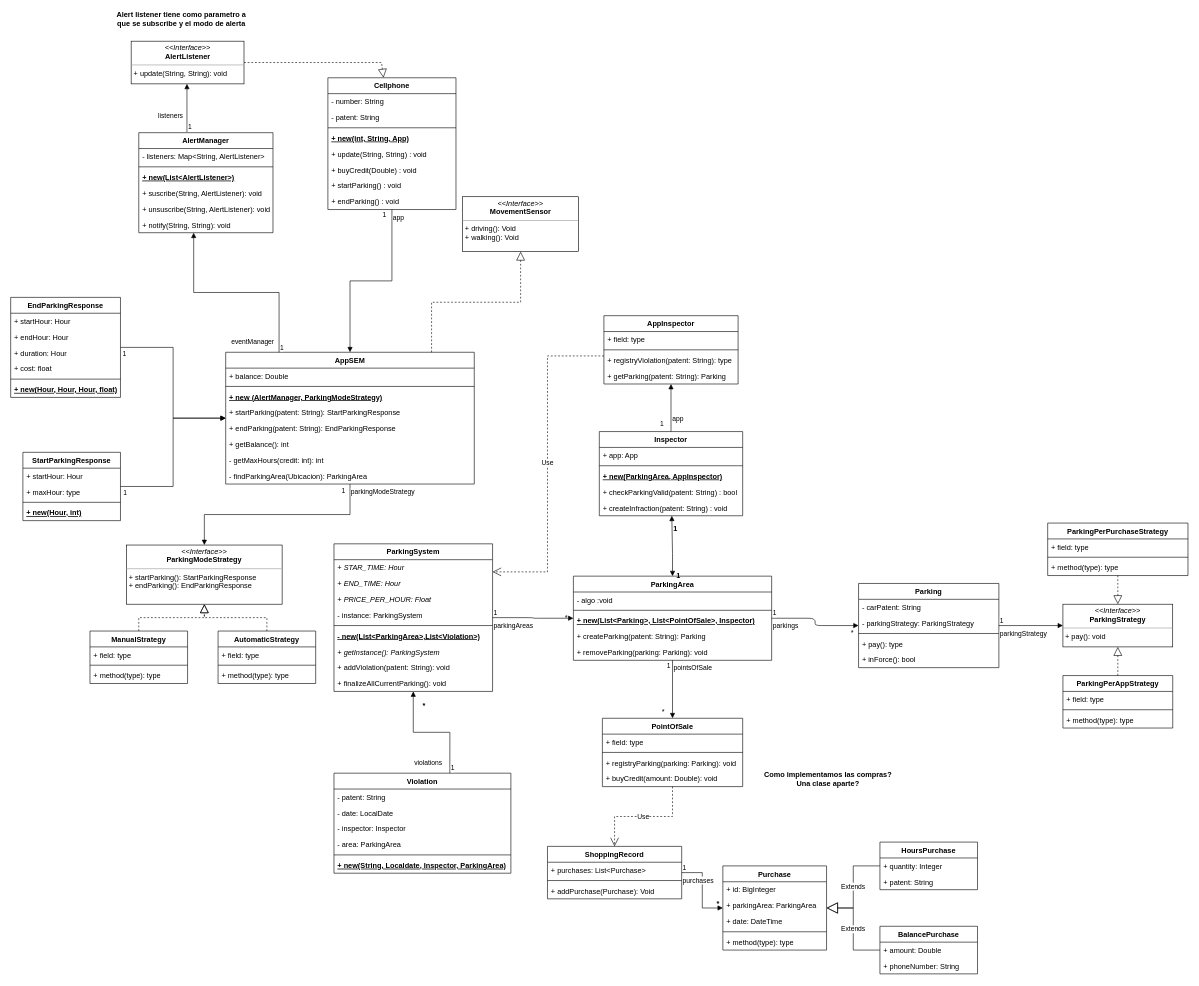
Earlier version of the draw.io diagram tp-final.drawio (ramirez7358/tp-final-obj-2). Source tidied: cells renumbered, new cells numbered last; positions are measured from the earlier drawing's top-left corner, leaving out a move shared by most shapes. Both pictures are drawn from the tidied source at 61%, with x=0, y=0 at pixel (10, 10).
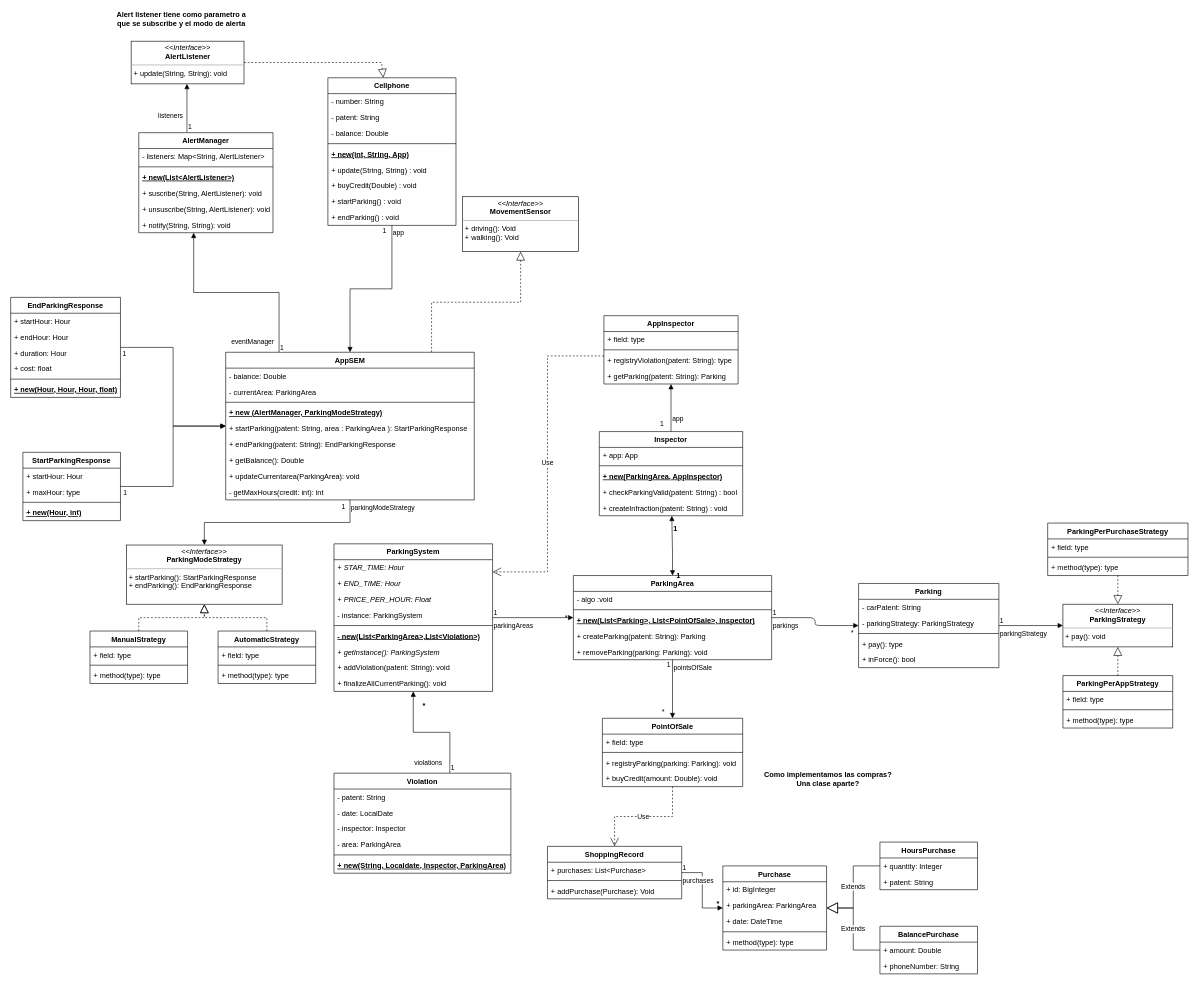
The same diagram, later.

The edit, as a diff of the source:
```diff
@@
     <mxCell id="12" value="ParkingArea" style="swimlane;fontStyle=1;align=center;verticalAlign=top;horizontal=1;startSize=26;" parent="1" vertex="1">
-      <mxGeometry x="922.5" y="927" width="325" height="138" as="geometry" />
+      <mxGeometry x="922.5" y="926" width="325" height="138" as="geometry" />
     </mxCell>
@@
     <mxCell id="49" value="AppSEM" style="swimlane;fontStyle=1;align=center;verticalAlign=top;horizontal=1;startSize=26;" parent="1" vertex="1">
-      <mxGeometry x="352.5" y="560" width="407.5" height="216" as="geometry" />
+      <mxGeometry x="352.5" y="560" width="407.5" height="242" as="geometry" />
     </mxCell>
-    <mxCell id="50" value="+ balance: Double" style="text;strokeColor=none;fillColor=none;align=left;verticalAlign=top;spacingLeft=4;spacingRight=4;overflow=hidden;" parent="49" vertex="1">
+    <mxCell id="50" value="- balance: Double" style="text;strokeColor=none;fillColor=none;align=left;verticalAlign=top;spacingLeft=4;spacingRight=4;overflow=hidden;" parent="49" vertex="1">
       <mxGeometry y="26" width="407.5" height="26" as="geometry" />
     </mxCell>
+    <mxCell id="166" value="- currentArea: ParkingArea" style="text;strokeColor=none;fillColor=none;align=left;verticalAlign=top;spacingLeft=4;spacingRight=4;overflow=hidden;" parent="49" vertex="1">
+      <mxGeometry y="52" width="407.5" height="26" as="geometry" />
+    </mxCell>
     <mxCell id="51" style="line;strokeWidth=1;fillColor=none;align=left;verticalAlign=middle;spacingTop=-1;spacingLeft=3;spacingRight=3;labelPosition=right;" parent="49" vertex="1">
-      <mxGeometry y="52" width="407.5" height="8" as="geometry" />
+      <mxGeometry y="78" width="407.5" height="8" as="geometry" />
     </mxCell>
     <mxCell id="52" value="+ new (AlertManager, ParkingModeStrategy)" style="text;strokeColor=none;fillColor=none;align=left;verticalAlign=top;spacingLeft=4;spacingRight=4;overflow=hidden;fontStyle=5;" parent="49" vertex="1">
-      <mxGeometry y="60" width="407.5" height="26" as="geometry" />
+      <mxGeometry y="86" width="407.5" height="26" as="geometry" />
     </mxCell>
-    <mxCell id="53" value="+ startParking(patent: String): StartParkingResponse" style="text;strokeColor=none;fillColor=none;align=left;verticalAlign=top;spacingLeft=4;spacingRight=4;overflow=hidden;" parent="49" vertex="1">
-      <mxGeometry y="86" width="407.5" height="26" as="geometry" />
+    <mxCell id="53" value="+ startParking(patent: String, area : ParkingArea ): StartParkingResponse" style="text;strokeColor=none;fillColor=none;align=left;verticalAlign=top;spacingLeft=4;spacingRight=4;overflow=hidden;" parent="49" vertex="1">
+      <mxGeometry y="112" width="407.5" height="26" as="geometry" />
     </mxCell>
     <mxCell id="54" value="+ endParking(patent: String): EndParkingResponse" style="text;strokeColor=none;fillColor=none;align=left;verticalAlign=top;spacingLeft=4;spacingRight=4;overflow=hidden;" parent="49" vertex="1">
-      <mxGeometry y="112" width="407.5" height="26" as="geometry" />
+      <mxGeometry y="138" width="407.5" height="26" as="geometry" />
     </mxCell>
-    <mxCell id="55" value="+ getBalance(): int" style="text;strokeColor=none;fillColor=none;align=left;verticalAlign=top;spacingLeft=4;spacingRight=4;overflow=hidden;" parent="49" vertex="1">
-      <mxGeometry y="138" width="407.5" height="26" as="geometry" />
+    <mxCell id="55" value="+ getBalance(): Double" style="text;strokeColor=none;fillColor=none;align=left;verticalAlign=top;spacingLeft=4;spacingRight=4;overflow=hidden;" parent="49" vertex="1">
+      <mxGeometry y="164" width="407.5" height="26" as="geometry" />
     </mxCell>
+    <mxCell id="167" value="+ updateCurrentarea(ParkingArea): void" style="text;strokeColor=none;fillColor=none;align=left;verticalAlign=top;spacingLeft=4;spacingRight=4;overflow=hidden;" parent="49" vertex="1">
+      <mxGeometry y="190" width="407.5" height="26" as="geometry" />
+    </mxCell>
     <mxCell id="56" value="- getMaxHours(credit: int): int" style="text;strokeColor=none;fillColor=none;align=left;verticalAlign=top;spacingLeft=4;spacingRight=4;overflow=hidden;" parent="49" vertex="1">
-      <mxGeometry y="164" width="407.5" height="26" as="geometry" />
+      <mxGeometry y="216" width="407.5" height="26" as="geometry" />
     </mxCell>
-    <mxCell id="57" value="- findParkingArea(Ubicacion): ParkingArea" style="text;strokeColor=none;fillColor=none;align=left;verticalAlign=top;spacingLeft=4;spacingRight=4;overflow=hidden;" parent="49" vertex="1">
-      <mxGeometry y="190" width="407.5" height="26" as="geometry" />
-    </mxCell>
@@
     <mxCell id="88" value="Cellphone" style="swimlane;fontStyle=1;align=center;verticalAlign=top;horizontal=1;startSize=26;" parent="1" vertex="1">
-      <mxGeometry x="520" y="110" width="210" height="216" as="geometry" />
+      <mxGeometry x="520" y="110" width="210" height="242" as="geometry" />
     </mxCell>
@@
+    <mxCell id="168" value="- balance: Double" style="text;strokeColor=none;fillColor=none;align=left;verticalAlign=top;spacingLeft=4;spacingRight=4;overflow=hidden;" parent="88" vertex="1">
+      <mxGeometry y="78" width="210" height="26" as="geometry" />
+    </mxCell>
     <mxCell id="91" style="line;strokeWidth=1;fillColor=none;align=left;verticalAlign=middle;spacingTop=-1;spacingLeft=3;spacingRight=3;labelPosition=right;" parent="88" vertex="1">
-      <mxGeometry y="78" width="210" height="8" as="geometry" />
+      <mxGeometry y="104" width="210" height="8" as="geometry" />
     </mxCell>
     <mxCell id="92" value="+ new(int, String, App)" style="text;strokeColor=none;fillColor=none;align=left;verticalAlign=top;spacingLeft=4;spacingRight=4;overflow=hidden;fontStyle=5;" parent="88" vertex="1">
-      <mxGeometry y="86" width="210" height="26" as="geometry" />
+      <mxGeometry y="112" width="210" height="26" as="geometry" />
     </mxCell>
     <mxCell id="93" value="+ update(String, String) : void" style="text;strokeColor=none;fillColor=none;align=left;verticalAlign=top;spacingLeft=4;spacingRight=4;overflow=hidden;fontStyle=0;" parent="88" vertex="1">
-      <mxGeometry y="112" width="210" height="26" as="geometry" />
+      <mxGeometry y="138" width="210" height="26" as="geometry" />
     </mxCell>
     <mxCell id="94" value="+ buyCredit(Double) : void" style="text;strokeColor=none;fillColor=none;align=left;verticalAlign=top;spacingLeft=4;spacingRight=4;overflow=hidden;fontStyle=0;" parent="88" vertex="1">
-      <mxGeometry y="138" width="210" height="26" as="geometry" />
+      <mxGeometry y="164" width="210" height="26" as="geometry" />
     </mxCell>
     <mxCell id="95" value="+ startParking() : void" style="text;strokeColor=none;fillColor=none;align=left;verticalAlign=top;spacingLeft=4;spacingRight=4;overflow=hidden;fontStyle=0;" parent="88" vertex="1">
-      <mxGeometry y="164" width="210" height="26" as="geometry" />
+      <mxGeometry y="190" width="210" height="26" as="geometry" />
     </mxCell>
     <mxCell id="96" value="+ endParking() : void" style="text;strokeColor=none;fillColor=none;align=left;verticalAlign=top;spacingLeft=4;spacingRight=4;overflow=hidden;fontStyle=0;" parent="88" vertex="1">
-      <mxGeometry y="190" width="210" height="26" as="geometry" />
+      <mxGeometry y="216" width="210" height="26" as="geometry" />
     </mxCell>
```
